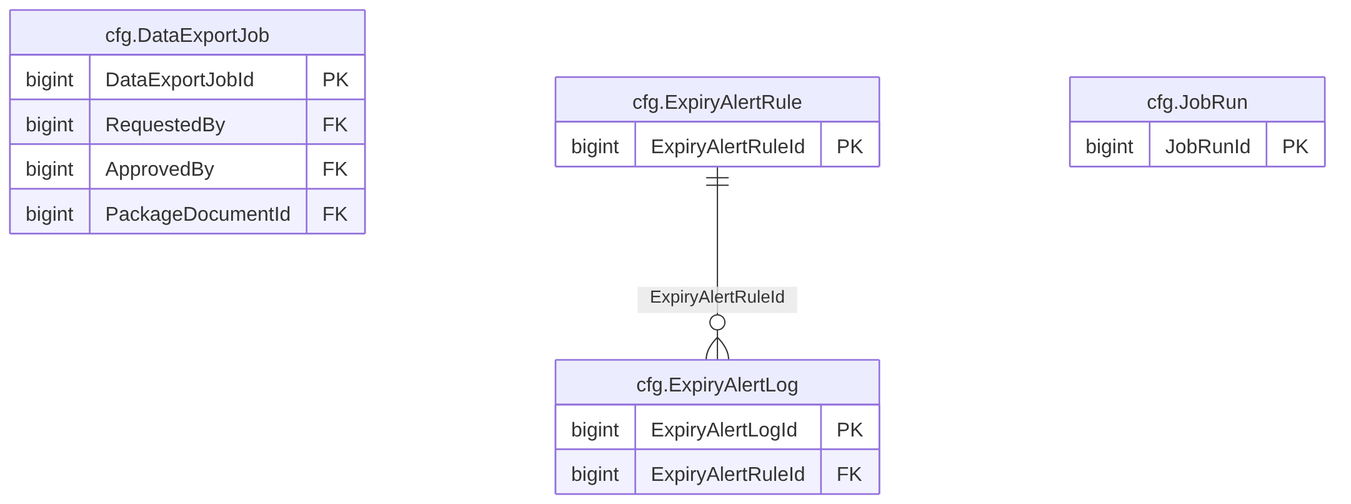
Above: treasury-platform/docs/diagrams/erd/m0_config_1.png in thawrasy/smartlines (Mermaid), before the change. Its source is kept beside it as treasury-platform/docs/diagrams/erd/m0_config_1.mmd.
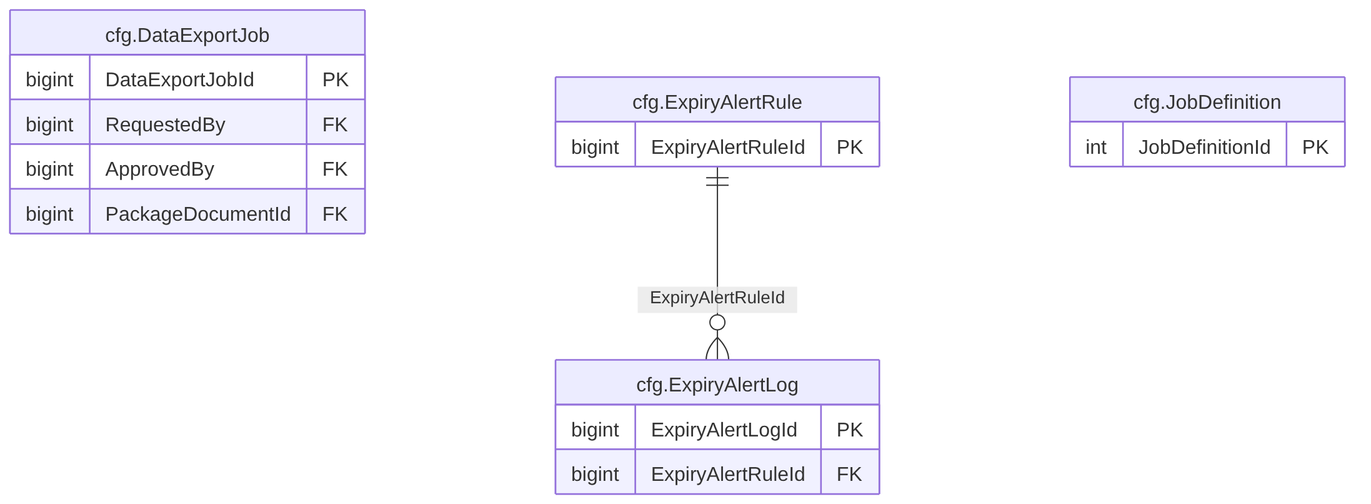
After the commit.

Change to the diagram source:
```diff
@@ -12,7 +12,7 @@
   cfg_ExpiryAlertRule["cfg.ExpiryAlertRule"] {
     bigint ExpiryAlertRuleId PK
   }
-  cfg_JobRun["cfg.JobRun"] {
-    bigint JobRunId PK
+  cfg_JobDefinition["cfg.JobDefinition"] {
+    int JobDefinitionId PK
   }
   cfg_ExpiryAlertRule ||--o{ cfg_ExpiryAlertLog : "ExpiryAlertRuleId"
```
